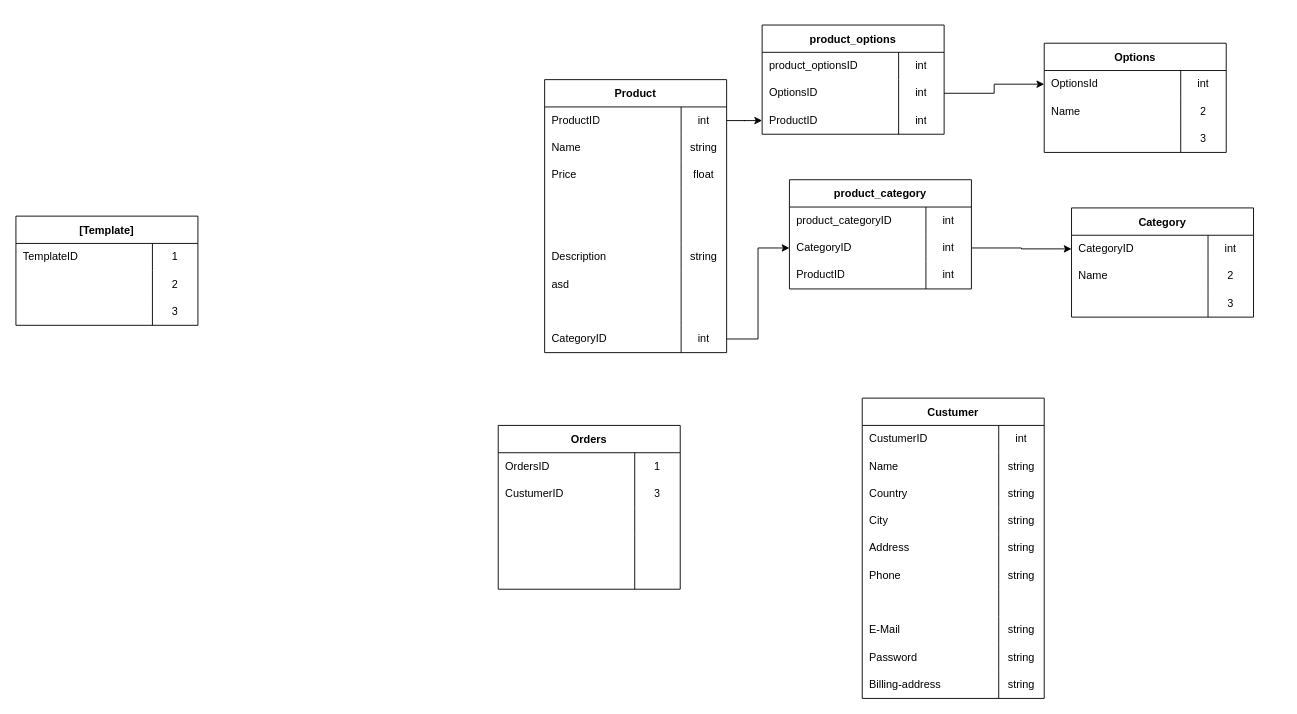
Before: Database-Flowchart/Untitled Diagram.drawio in IvanVelychko/Database-Coderclass-Webwinkel, a draw.io diagram. Source tidied: cells renumbered, new cells numbered last; positions are measured from the earlier drawing's top-left corner, leaving out a move shared by most shapes. Both pictures are drawn from the tidied source at 91%, with x=0, y=0 at pixel (15, 25).
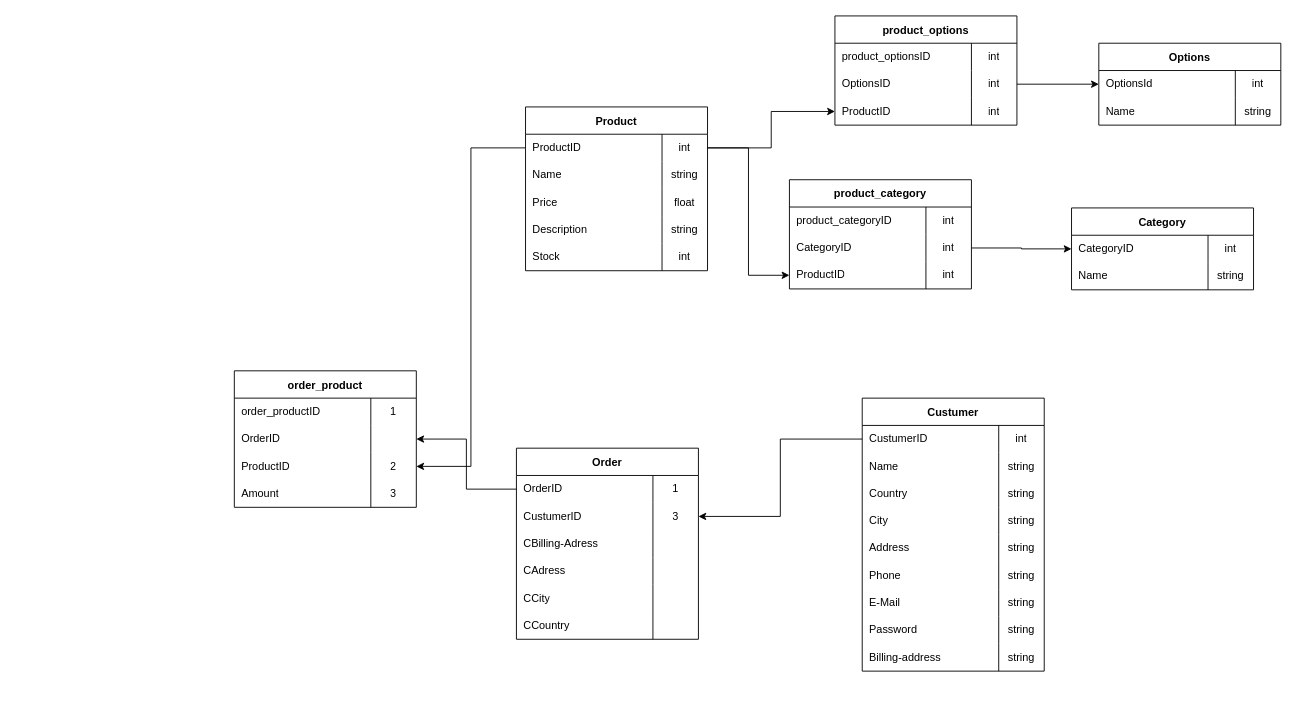
After the change.

The change refers to these unchanged cells:
```xml
<mxCell id="3" style="shape=tableRow;horizontal=0;startSize=0;swimlaneHead=0;swimlaneBody=0;top=0;left=0;bottom=0;right=0;fillColor=none;points=[[0,0.5],[1,0.5]];portConstraint=eastwest;" parent="2" vertex="1">
  <mxGeometry y="30" width="200" height="30" as="geometry" />
</mxCell>
<mxCell id="31" style="shape=tableRow;horizontal=0;startSize=0;swimlaneHead=0;swimlaneBody=0;top=0;left=0;bottom=0;right=0;fillColor=none;" parent="30" vertex="1">
  <mxGeometry y="30" width="200" height="30" as="geometry" />
</mxCell>
<mxCell id="41" style="shape=tableRow;horizontal=0;startSize=0;swimlaneHead=0;swimlaneBody=0;top=0;left=0;bottom=0;right=0;fillColor=none;points=[[0,0.5],[1,0.5]];portConstraint=eastwest;" parent="40" vertex="1">
  <mxGeometry y="30" width="200" height="30" as="geometry" />
</mxCell>
<mxCell id="72" style="shape=tableRow;horizontal=0;startSize=0;swimlaneHead=0;swimlaneBody=0;top=0;left=0;bottom=0;right=0;fillColor=none;points=[[0,0.5],[1,0.5]];portConstraint=eastwest;" parent="71" vertex="1">
  <mxGeometry y="30" width="200" height="30" as="geometry" />
</mxCell>
<mxCell id="75" style="shape=tableRow;horizontal=0;startSize=0;swimlaneHead=0;swimlaneBody=0;top=0;left=0;bottom=0;right=0;fillColor=none;points=[[0,0.5],[1,0.5]];portConstraint=eastwest;" parent="71" vertex="1">
  <mxGeometry y="60" width="200" height="30" as="geometry" />
</mxCell>
<mxCell id="101" style="shape=tableRow;horizontal=0;startSize=0;swimlaneHead=0;swimlaneBody=0;top=0;left=0;bottom=0;right=0;fillColor=none;" parent="97" vertex="1">
  <mxGeometry y="60" width="200" height="30" as="geometry" />
</mxCell>
<mxCell id="113" style="shape=tableRow;horizontal=0;startSize=0;swimlaneHead=0;swimlaneBody=0;top=0;left=0;bottom=0;right=0;fillColor=none;points=[[0,0.5],[1,0.5]];portConstraint=eastwest;" parent="109" vertex="1">
  <mxGeometry y="60" width="200" height="30" as="geometry" />
</mxCell>
<mxCell id="116" style="shape=tableRow;horizontal=0;startSize=0;swimlaneHead=0;swimlaneBody=0;top=0;left=0;bottom=0;right=0;fillColor=none;points=[[0,0.5],[1,0.5]];portConstraint=eastwest;" parent="109" vertex="1">
  <mxGeometry y="90" width="200" height="30" as="geometry" />
</mxCell>
<mxCell id="123" style="shape=tableRow;horizontal=0;startSize=0;swimlaneHead=0;swimlaneBody=0;top=0;left=0;bottom=0;right=0;fillColor=none;" parent="119" vertex="1">
  <mxGeometry y="60" width="200" height="30" as="geometry" />
</mxCell>
```

Diff of the diagram source:
```diff
@@
     <mxCell id="2" value="Product" style="shape=table;startSize=30;childLayout=tableLayout;rowLines=0;fontStyle=1;swimlaneLine=1;columnLines=1;flipH=0;direction=east ;right=1;rounded=0;" parent="1" vertex="1">
-      <mxGeometry x="581" y="60" width="200" height="300" as="geometry" />
+      <mxGeometry x="560" y="90" width="200" height="180" as="geometry" />
     </mxCell>
@@
-    <mxCell id="12" style="shape=tableRow;horizontal=0;startSize=0;swimlaneHead=0;swimlaneBody=0;top=0;left=0;bottom=0;right=0;fillColor=none;" parent="2" vertex="1">
-      <mxGeometry y="120" width="200" height="30" as="geometry" />
-    </mxCell>
-    <mxCell id="13" style="shape=partialRectangle;html=1;whiteSpace=wrap;fillColor=none;top=0;left=0;bottom=0;right=0;overflow=hidden;align=left;spacingLeft=6;" parent="12" vertex="1">
-      <mxGeometry width="150" height="30" as="geometry" />
-    </mxCell>
-    <mxCell id="14" style="shape=partialRectangle;html=1;whiteSpace=wrap;fillColor=none;top=0;left=0;bottom=0;right=0;overflow=hidden;" parent="12" vertex="1">
-      <mxGeometry x="150" width="50" height="30" as="geometry" />
-    </mxCell>
-    <mxCell id="15" style="shape=tableRow;horizontal=0;startSize=0;swimlaneHead=0;swimlaneBody=0;top=0;left=0;bottom=0;right=0;fillColor=none;" parent="2" vertex="1">
-      <mxGeometry y="150" width="200" height="30" as="geometry" />
-    </mxCell>
-    <mxCell id="16" style="shape=partialRectangle;html=1;whiteSpace=wrap;fillColor=none;top=0;left=0;bottom=0;right=0;overflow=hidden;align=left;spacingLeft=6;" parent="15" vertex="1">
-      <mxGeometry width="150" height="30" as="geometry" />
-    </mxCell>
-    <mxCell id="17" style="shape=partialRectangle;html=1;whiteSpace=wrap;fillColor=none;top=0;left=0;bottom=0;right=0;overflow=hidden;" parent="15" vertex="1">
-      <mxGeometry x="150" width="50" height="30" as="geometry" />
-    </mxCell>
     <mxCell id="18" style="shape=tableRow;horizontal=0;startSize=0;swimlaneHead=0;swimlaneBody=0;top=0;left=0;bottom=0;right=0;fillColor=none;" parent="2" vertex="1">
-      <mxGeometry y="180" width="200" height="30" as="geometry" />
+      <mxGeometry y="120" width="200" height="30" as="geometry" />
     </mxCell>
@@
-    <mxCell id="21" style="shape=tableRow;horizontal=0;startSize=0;swimlaneHead=0;swimlaneBody=0;top=0;left=0;bottom=0;right=0;fillColor=none;" parent="2" vertex="1">
-      <mxGeometry y="210" width="200" height="30" as="geometry" />
-    </mxCell>
-    <mxCell id="22" value="asd" style="shape=partialRectangle;html=1;whiteSpace=wrap;fillColor=none;top=0;left=0;bottom=0;right=0;overflow=hidden;align=left;spacingLeft=6;" parent="21" vertex="1">
-      <mxGeometry width="150" height="30" as="geometry" />
-    </mxCell>
-    <mxCell id="23" style="shape=partialRectangle;html=1;whiteSpace=wrap;fillColor=none;top=0;left=0;bottom=0;right=0;overflow=hidden;" parent="21" vertex="1">
-      <mxGeometry x="150" width="50" height="30" as="geometry" />
-    </mxCell>
-    <mxCell id="24" style="shape=tableRow;horizontal=0;startSize=0;swimlaneHead=0;swimlaneBody=0;top=0;left=0;bottom=0;right=0;fillColor=none;" parent="2" vertex="1">
-      <mxGeometry y="240" width="200" height="30" as="geometry" />
-    </mxCell>
-    <mxCell id="25" style="shape=partialRectangle;html=1;whiteSpace=wrap;fillColor=none;top=0;left=0;bottom=0;right=0;overflow=hidden;align=left;spacingLeft=6;" parent="24" vertex="1">
-      <mxGeometry width="150" height="30" as="geometry" />
-    </mxCell>
-    <mxCell id="26" style="shape=partialRectangle;html=1;whiteSpace=wrap;fillColor=none;top=0;left=0;bottom=0;right=0;overflow=hidden;" parent="24" vertex="1">
-      <mxGeometry x="150" width="50" height="30" as="geometry" />
-    </mxCell>
-    <mxCell id="27" style="shape=tableRow;horizontal=0;startSize=0;swimlaneHead=0;swimlaneBody=0;top=0;left=0;bottom=0;right=0;fillColor=none;points=[[0,0.5],[1,0.5]];portConstraint=eastwest;" parent="2" vertex="1">
-      <mxGeometry y="270" width="200" height="30" as="geometry" />
-    </mxCell>
-    <mxCell id="28" value="CategoryID" style="shape=partialRectangle;html=1;whiteSpace=wrap;fillColor=none;top=0;left=0;bottom=0;right=0;overflow=hidden;align=left;spacingLeft=6;" parent="27" vertex="1">
-      <mxGeometry width="150" height="30" as="geometry" />
-    </mxCell>
+    <mxCell id="131" style="shape=tableRow;horizontal=0;startSize=0;swimlaneHead=0;swimlaneBody=0;top=0;left=0;bottom=0;right=0;fillColor=none;" parent="2" vertex="1">
+      <mxGeometry y="150" width="200" height="30" as="geometry" />
+    </mxCell>
+    <mxCell id="132" value="Stock" style="shape=partialRectangle;html=1;whiteSpace=wrap;fillColor=none;top=0;left=0;bottom=0;right=0;overflow=hidden;align=left;spacingLeft=6;" parent="131" vertex="1">
+      <mxGeometry width="150" height="30" as="geometry" />
+    </mxCell>
-    <mxCell id="29" value="int" style="shape=partialRectangle;html=1;whiteSpace=wrap;fillColor=none;top=0;left=0;bottom=0;right=0;overflow=hidden;" parent="27" vertex="1">
+    <mxCell id="29" value="int" style="shape=partialRectangle;html=1;whiteSpace=wrap;fillColor=none;top=0;left=0;bottom=0;right=0;overflow=hidden;" parent="131" vertex="1">
       <mxGeometry x="150" width="50" height="30" as="geometry" />
     </mxCell>
-    <mxCell id="30" value="[Template]" style="shape=table;startSize=30;childLayout=tableLayout;rowLines=0;fontStyle=1;swimlaneLine=1;columnLines=1;flipH=0;direction=east ;right=1;rounded=0;" parent="1" vertex="1">
-      <mxGeometry y="210" width="200" height="120" as="geometry" />
+    <mxCell id="30" value="order_product" style="shape=table;startSize=30;childLayout=tableLayout;rowLines=0;fontStyle=1;swimlaneLine=1;columnLines=1;flipH=0;direction=east ;right=1;rounded=0;" parent="1" vertex="1">
+      <mxGeometry x="240" y="380" width="200" height="150" as="geometry" />
     </mxCell>
@@
-    <mxCell id="32" value="TemplateID" style="shape=partialRectangle;html=1;whiteSpace=wrap;fillColor=none;top=0;left=0;bottom=0;right=0;overflow=hidden;align=left;spacingLeft=6;" parent="31" vertex="1">
+    <mxCell id="32" value="order_productID" style="shape=partialRectangle;html=1;whiteSpace=wrap;fillColor=none;top=0;left=0;bottom=0;right=0;overflow=hidden;align=left;spacingLeft=6;" parent="31" vertex="1">
       <mxGeometry width="150" height="30" as="geometry" />
     </mxCell>
@@
+    <mxCell id="133" style="shape=tableRow;horizontal=0;startSize=0;swimlaneHead=0;swimlaneBody=0;top=0;left=0;bottom=0;right=0;fillColor=none;points=[[0,0.5],[1,0.5]];portConstraint=eastwest;" parent="30" vertex="1">
+      <mxGeometry y="60" width="200" height="30" as="geometry" />
+    </mxCell>
+    <mxCell id="134" value="OrderID" style="shape=partialRectangle;html=1;whiteSpace=wrap;fillColor=none;top=0;left=0;bottom=0;right=0;overflow=hidden;align=left;spacingLeft=6;" parent="133" vertex="1">
+      <mxGeometry width="150" height="30" as="geometry" />
+    </mxCell>
+    <mxCell id="135" style="shape=partialRectangle;html=1;whiteSpace=wrap;fillColor=none;top=0;left=0;bottom=0;right=0;overflow=hidden;" parent="133" vertex="1">
+      <mxGeometry x="150" width="50" height="30" as="geometry" />
+    </mxCell>
     <mxCell id="34" style="shape=tableRow;horizontal=0;startSize=0;swimlaneHead=0;swimlaneBody=0;top=0;left=0;bottom=0;right=0;fillColor=none;points=[[0,0.5],[1,0.5]];portConstraint=eastwest;" parent="30" vertex="1">
-      <mxGeometry y="60" width="200" height="30" as="geometry" />
+      <mxGeometry y="90" width="200" height="30" as="geometry" />
     </mxCell>
-    <mxCell id="35" style="shape=partialRectangle;html=1;whiteSpace=wrap;fillColor=none;top=0;left=0;bottom=0;right=0;overflow=hidden;align=left;spacingLeft=6;" parent="34" vertex="1">
+    <mxCell id="35" value="ProductID" style="shape=partialRectangle;html=1;whiteSpace=wrap;fillColor=none;top=0;left=0;bottom=0;right=0;overflow=hidden;align=left;spacingLeft=6;" parent="34" vertex="1">
       <mxGeometry width="150" height="30" as="geometry" />
     </mxCell>
@@
     <mxCell id="37" style="shape=tableRow;horizontal=0;startSize=0;swimlaneHead=0;swimlaneBody=0;top=0;left=0;bottom=0;right=0;fillColor=none;" parent="30" vertex="1">
-      <mxGeometry y="90" width="200" height="30" as="geometry" />
+      <mxGeometry y="120" width="200" height="30" as="geometry" />
     </mxCell>
-    <mxCell id="38" style="shape=partialRectangle;html=1;whiteSpace=wrap;fillColor=none;top=0;left=0;bottom=0;right=0;overflow=hidden;align=left;spacingLeft=6;" parent="37" vertex="1">
+    <mxCell id="38" value="Amount" style="shape=partialRectangle;html=1;whiteSpace=wrap;fillColor=none;top=0;left=0;bottom=0;right=0;overflow=hidden;align=left;spacingLeft=6;" parent="37" vertex="1">
       <mxGeometry width="150" height="30" as="geometry" />
     </mxCell>
@@
     <mxCell id="40" value="Custumer" style="shape=table;startSize=30;childLayout=tableLayout;rowLines=0;fontStyle=1;swimlaneLine=1;columnLines=1;flipH=0;direction=east ;right=1;rounded=0;" parent="1" vertex="1">
-      <mxGeometry x="930" y="410" width="200" height="330" as="geometry" />
+      <mxGeometry x="930" y="410" width="200" height="300" as="geometry" />
     </mxCell>
@@
-    <mxCell id="59" style="shape=tableRow;horizontal=0;startSize=0;swimlaneHead=0;swimlaneBody=0;top=0;left=0;bottom=0;right=0;fillColor=none;" parent="40" vertex="1">
-      <mxGeometry y="210" width="200" height="30" as="geometry" />
-    </mxCell>
-    <mxCell id="60" style="shape=partialRectangle;html=1;whiteSpace=wrap;fillColor=none;top=0;left=0;bottom=0;right=0;overflow=hidden;align=left;spacingLeft=6;" parent="59" vertex="1">
-      <mxGeometry width="150" height="30" as="geometry" />
-    </mxCell>
-    <mxCell id="61" style="shape=partialRectangle;html=1;whiteSpace=wrap;fillColor=none;top=0;left=0;bottom=0;right=0;overflow=hidden;" parent="59" vertex="1">
-      <mxGeometry x="150" width="50" height="30" as="geometry" />
-    </mxCell>
     <mxCell id="62" style="shape=tableRow;horizontal=0;startSize=0;swimlaneHead=0;swimlaneBody=0;top=0;left=0;bottom=0;right=0;fillColor=none;" parent="40" vertex="1">
-      <mxGeometry y="240" width="200" height="30" as="geometry" />
+      <mxGeometry y="210" width="200" height="30" as="geometry" />
     </mxCell>
@@
     <mxCell id="65" style="shape=tableRow;horizontal=0;startSize=0;swimlaneHead=0;swimlaneBody=0;top=0;left=0;bottom=0;right=0;fillColor=none;" parent="40" vertex="1">
-      <mxGeometry y="270" width="200" height="30" as="geometry" />
+      <mxGeometry y="240" width="200" height="30" as="geometry" />
     </mxCell>
@@
     <mxCell id="68" style="shape=tableRow;horizontal=0;startSize=0;swimlaneHead=0;swimlaneBody=0;top=0;left=0;bottom=0;right=0;fillColor=none;" parent="40" vertex="1">
-      <mxGeometry y="300" width="200" height="30" as="geometry" />
+      <mxGeometry y="270" width="200" height="30" as="geometry" />
     </mxCell>
@@
-    <mxCell id="71" value="Orders" style="shape=table;startSize=30;childLayout=tableLayout;rowLines=0;fontStyle=1;swimlaneLine=1;columnLines=1;flipH=0;direction=east ;right=1;rounded=0;" parent="1" vertex="1">
-      <mxGeometry x="530" y="440" width="200" height="180" as="geometry" />
+    <mxCell id="71" value="Order" style="shape=table;startSize=30;childLayout=tableLayout;rowLines=0;fontStyle=1;swimlaneLine=1;columnLines=1;flipH=0;direction=east ;right=1;rounded=0;" parent="1" vertex="1">
+      <mxGeometry x="550" y="465" width="200" height="210" as="geometry" />
     </mxCell>
@@
-    <mxCell id="73" value="OrdersID" style="shape=partialRectangle;html=1;whiteSpace=wrap;fillColor=none;top=0;left=0;bottom=0;right=0;overflow=hidden;align=left;spacingLeft=6;" parent="72" vertex="1">
+    <mxCell id="73" value="OrderID" style="shape=partialRectangle;html=1;whiteSpace=wrap;fillColor=none;top=0;left=0;bottom=0;right=0;overflow=hidden;align=left;spacingLeft=6;" parent="72" vertex="1">
       <mxGeometry width="150" height="30" as="geometry" />
     </mxCell>
@@
-    <mxCell id="78" style="shape=tableRow;horizontal=0;startSize=0;swimlaneHead=0;swimlaneBody=0;top=0;left=0;bottom=0;right=0;fillColor=none;" parent="71" vertex="1">
-      <mxGeometry y="90" width="200" height="30" as="geometry" />
-    </mxCell>
-    <mxCell id="79" style="shape=partialRectangle;html=1;whiteSpace=wrap;fillColor=none;top=0;left=0;bottom=0;right=0;overflow=hidden;align=left;spacingLeft=6;" parent="78" vertex="1">
-      <mxGeometry width="150" height="30" as="geometry" />
-    </mxCell>
-    <mxCell id="80" style="shape=partialRectangle;html=1;whiteSpace=wrap;fillColor=none;top=0;left=0;bottom=0;right=0;overflow=hidden;" parent="78" vertex="1">
-      <mxGeometry x="150" width="50" height="30" as="geometry" />
-    </mxCell>
-    <mxCell id="81" style="shape=tableRow;horizontal=0;startSize=0;swimlaneHead=0;swimlaneBody=0;top=0;left=0;bottom=0;right=0;fillColor=none;" parent="71" vertex="1">
-      <mxGeometry y="120" width="200" height="30" as="geometry" />
-    </mxCell>
-    <mxCell id="82" style="shape=partialRectangle;html=1;whiteSpace=wrap;fillColor=none;top=0;left=0;bottom=0;right=0;overflow=hidden;align=left;spacingLeft=6;" parent="81" vertex="1">
-      <mxGeometry width="150" height="30" as="geometry" />
-    </mxCell>
-    <mxCell id="83" style="shape=partialRectangle;html=1;whiteSpace=wrap;fillColor=none;top=0;left=0;bottom=0;right=0;overflow=hidden;" parent="81" vertex="1">
-      <mxGeometry x="150" width="50" height="30" as="geometry" />
-    </mxCell>
-    <mxCell id="84" style="shape=tableRow;horizontal=0;startSize=0;swimlaneHead=0;swimlaneBody=0;top=0;left=0;bottom=0;right=0;fillColor=none;" parent="71" vertex="1">
-      <mxGeometry y="150" width="200" height="30" as="geometry" />
-    </mxCell>
-    <mxCell id="85" style="shape=partialRectangle;html=1;whiteSpace=wrap;fillColor=none;top=0;left=0;bottom=0;right=0;overflow=hidden;align=left;spacingLeft=6;" parent="84" vertex="1">
-      <mxGeometry width="150" height="30" as="geometry" />
-    </mxCell>
-    <mxCell id="86" style="shape=partialRectangle;html=1;whiteSpace=wrap;fillColor=none;top=0;left=0;bottom=0;right=0;overflow=hidden;" parent="84" vertex="1">
-      <mxGeometry x="150" width="50" height="30" as="geometry" />
-    </mxCell>
+    <mxCell id="136" style="shape=tableRow;horizontal=0;startSize=0;swimlaneHead=0;swimlaneBody=0;top=0;left=0;bottom=0;right=0;fillColor=none;" parent="71" vertex="1">
+      <mxGeometry y="90" width="200" height="30" as="geometry" />
+    </mxCell>
+    <mxCell id="137" value="CBilling-Adress" style="shape=partialRectangle;html=1;whiteSpace=wrap;fillColor=none;top=0;left=0;bottom=0;right=0;overflow=hidden;align=left;spacingLeft=6;" parent="136" vertex="1">
+      <mxGeometry width="150" height="30" as="geometry" />
+    </mxCell>
+    <mxCell id="138" style="shape=partialRectangle;html=1;whiteSpace=wrap;fillColor=none;top=0;left=0;bottom=0;right=0;overflow=hidden;" parent="136" vertex="1">
+      <mxGeometry x="150" width="50" height="30" as="geometry" />
+    </mxCell>
+    <mxCell id="139" style="shape=tableRow;horizontal=0;startSize=0;swimlaneHead=0;swimlaneBody=0;top=0;left=0;bottom=0;right=0;fillColor=none;" parent="71" vertex="1">
+      <mxGeometry y="120" width="200" height="30" as="geometry" />
+    </mxCell>
+    <mxCell id="140" value="CAdress" style="shape=partialRectangle;html=1;whiteSpace=wrap;fillColor=none;top=0;left=0;bottom=0;right=0;overflow=hidden;align=left;spacingLeft=6;" parent="139" vertex="1">
+      <mxGeometry width="150" height="30" as="geometry" />
+    </mxCell>
+    <mxCell id="141" style="shape=partialRectangle;html=1;whiteSpace=wrap;fillColor=none;top=0;left=0;bottom=0;right=0;overflow=hidden;" parent="139" vertex="1">
+      <mxGeometry x="150" width="50" height="30" as="geometry" />
+    </mxCell>
+    <mxCell id="142" style="shape=tableRow;horizontal=0;startSize=0;swimlaneHead=0;swimlaneBody=0;top=0;left=0;bottom=0;right=0;fillColor=none;" parent="71" vertex="1">
+      <mxGeometry y="150" width="200" height="30" as="geometry" />
+    </mxCell>
+    <mxCell id="143" value="CCity" style="shape=partialRectangle;html=1;whiteSpace=wrap;fillColor=none;top=0;left=0;bottom=0;right=0;overflow=hidden;align=left;spacingLeft=6;" parent="142" vertex="1">
+      <mxGeometry width="150" height="30" as="geometry" />
+    </mxCell>
+    <mxCell id="144" style="shape=partialRectangle;html=1;whiteSpace=wrap;fillColor=none;top=0;left=0;bottom=0;right=0;overflow=hidden;" parent="142" vertex="1">
+      <mxGeometry x="150" width="50" height="30" as="geometry" />
+    </mxCell>
+    <mxCell id="145" style="shape=tableRow;horizontal=0;startSize=0;swimlaneHead=0;swimlaneBody=0;top=0;left=0;bottom=0;right=0;fillColor=none;" parent="71" vertex="1">
+      <mxGeometry y="180" width="200" height="30" as="geometry" />
+    </mxCell>
+    <mxCell id="146" value="CCountry" style="shape=partialRectangle;html=1;whiteSpace=wrap;fillColor=none;top=0;left=0;bottom=0;right=0;overflow=hidden;align=left;spacingLeft=6;" parent="145" vertex="1">
+      <mxGeometry width="150" height="30" as="geometry" />
+    </mxCell>
+    <mxCell id="147" style="shape=partialRectangle;html=1;whiteSpace=wrap;fillColor=none;top=0;left=0;bottom=0;right=0;overflow=hidden;" parent="145" vertex="1">
+      <mxGeometry x="150" width="50" height="30" as="geometry" />
+    </mxCell>
     <mxCell id="87" value="product_options" style="shape=table;startSize=30;childLayout=tableLayout;rowLines=0;fontStyle=1;swimlaneLine=1;columnLines=1;flipH=0;direction=east ;right=1;rounded=0;" parent="1" vertex="1">
-      <mxGeometry x="820" width="200" height="120" as="geometry" />
+      <mxGeometry x="900" y="-10" width="200" height="120" as="geometry" />
     </mxCell>
@@
     <mxCell id="97" value="Options" style="shape=table;startSize=30;childLayout=tableLayout;rowLines=0;fontStyle=1;swimlaneLine=1;columnLines=1;flipH=0;direction=east ;right=1;rounded=0;" parent="1" vertex="1">
-      <mxGeometry x="1130" y="20" width="200" height="120" as="geometry" />
+      <mxGeometry x="1190" y="20" width="200" height="90" as="geometry" />
     </mxCell>
@@
-    <mxCell id="103" value="2" style="shape=partialRectangle;html=1;whiteSpace=wrap;fillColor=none;top=0;left=0;bottom=0;right=0;overflow=hidden;" parent="101" vertex="1">
+    <mxCell id="103" value="string" style="shape=partialRectangle;html=1;whiteSpace=wrap;fillColor=none;top=0;left=0;bottom=0;right=0;overflow=hidden;" parent="101" vertex="1">
       <mxGeometry x="150" width="50" height="30" as="geometry" />
     </mxCell>
-    <mxCell id="104" style="shape=tableRow;horizontal=0;startSize=0;swimlaneHead=0;swimlaneBody=0;top=0;left=0;bottom=0;right=0;fillColor=none;" parent="97" vertex="1">
-      <mxGeometry y="90" width="200" height="30" as="geometry" />
-    </mxCell>
-    <mxCell id="105" style="shape=partialRectangle;html=1;whiteSpace=wrap;fillColor=none;top=0;left=0;bottom=0;right=0;overflow=hidden;align=left;spacingLeft=6;" parent="104" vertex="1">
-      <mxGeometry width="150" height="30" as="geometry" />
-    </mxCell>
-    <mxCell id="106" value="3" style="shape=partialRectangle;html=1;whiteSpace=wrap;fillColor=none;top=0;left=0;bottom=0;right=0;overflow=hidden;" parent="104" vertex="1">
-      <mxGeometry x="150" width="50" height="30" as="geometry" />
-    </mxCell>
@@
     <mxCell id="119" value="Category" style="shape=table;startSize=30;childLayout=tableLayout;rowLines=0;fontStyle=1;swimlaneLine=1;columnLines=1;flipH=0;direction=east ;right=1;rounded=0;" parent="1" vertex="1">
-      <mxGeometry x="1160" y="201" width="200" height="120" as="geometry" />
+      <mxGeometry x="1160" y="201" width="200" height="90" as="geometry" />
     </mxCell>
@@
-    <mxCell id="125" value="2" style="shape=partialRectangle;html=1;whiteSpace=wrap;fillColor=none;top=0;left=0;bottom=0;right=0;overflow=hidden;" parent="123" vertex="1">
+    <mxCell id="125" value="string" style="shape=partialRectangle;html=1;whiteSpace=wrap;fillColor=none;top=0;left=0;bottom=0;right=0;overflow=hidden;" parent="123" vertex="1">
       <mxGeometry x="150" width="50" height="30" as="geometry" />
     </mxCell>
-    <mxCell id="126" style="shape=tableRow;horizontal=0;startSize=0;swimlaneHead=0;swimlaneBody=0;top=0;left=0;bottom=0;right=0;fillColor=none;" parent="119" vertex="1">
-      <mxGeometry y="90" width="200" height="30" as="geometry" />
-    </mxCell>
-    <mxCell id="127" style="shape=partialRectangle;html=1;whiteSpace=wrap;fillColor=none;top=0;left=0;bottom=0;right=0;overflow=hidden;align=left;spacingLeft=6;" parent="126" vertex="1">
-      <mxGeometry width="150" height="30" as="geometry" />
-    </mxCell>
-    <mxCell id="128" value="3" style="shape=partialRectangle;html=1;whiteSpace=wrap;fillColor=none;top=0;left=0;bottom=0;right=0;overflow=hidden;" parent="126" vertex="1">
-      <mxGeometry x="150" width="50" height="30" as="geometry" />
-    </mxCell>
-    <mxCell id="129" style="edgeStyle=orthogonalEdgeStyle;rounded=0;jettySize=auto;html=1;" parent="1" edge="1" source="27" target="113">
+    <mxCell id="129" style="edgeStyle=orthogonalEdgeStyle;rounded=0;jettySize=auto;html=1;" parent="1" edge="1" target="113">
       <mxGeometry relative="1" as="geometry" />
     </mxCell>
@@
+    <mxCell id="148" style="edgeStyle=orthogonalEdgeStyle;rounded=0;jettySize=auto;html=1;exitX=0;exitY=0.5;exitDx=0;exitDy=0;entryX=1;entryY=0.5;entryDx=0;entryDy=0;" parent="1" edge="1" source="41" target="75">
+      <mxGeometry relative="1" as="geometry" />
+    </mxCell>
+    <mxCell id="149" style="edgeStyle=orthogonalEdgeStyle;rounded=0;jettySize=auto;html=1;entryX=1;entryY=0.5;entryDx=0;entryDy=0;" parent="1" edge="1" source="72" target="133">
+      <mxGeometry relative="1" as="geometry" />
+    </mxCell>
+    <mxCell id="150" style="edgeStyle=orthogonalEdgeStyle;rounded=0;jettySize=auto;html=1;" parent="1" edge="1" source="3" target="34">
+      <mxGeometry relative="1" as="geometry" />
+    </mxCell>
+    <mxCell id="151" style="edgeStyle=orthogonalEdgeStyle;rounded=0;jettySize=auto;html=1;exitX=1;exitY=0.5;exitDx=0;exitDy=0;" parent="1" edge="1" source="3" target="116">
+      <mxGeometry relative="1" as="geometry" />
+    </mxCell>
```
